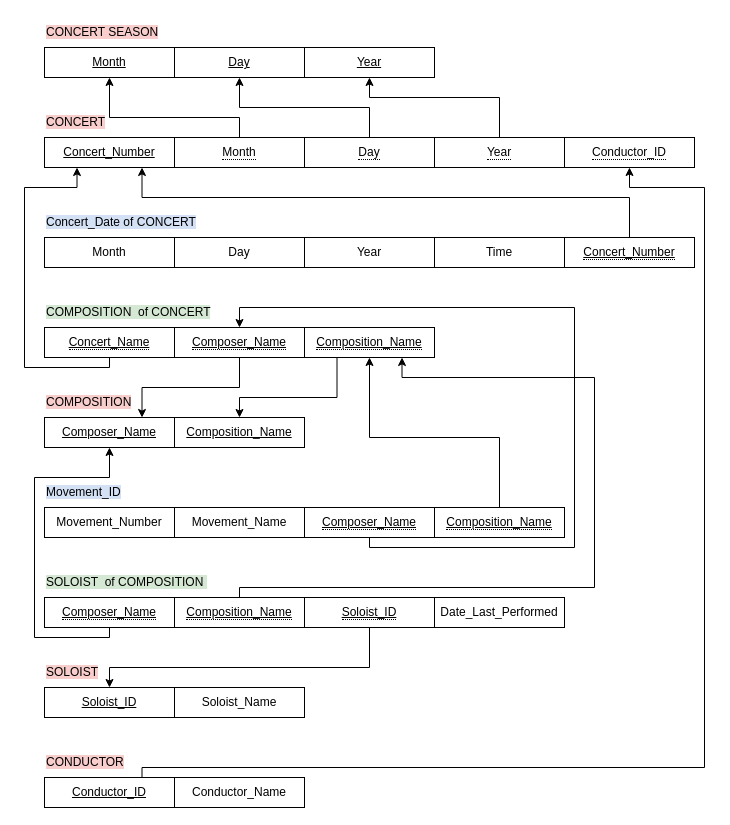
This is page "交響樂團資料庫2" (2 of 4) of HW2/HW2.drawio from alicejimmy/2022-Bioinformatics-and-Medical-Databases-HW, a draw.io file, before an edit. Source tidied: cells renumbered, new cells numbered last; positions are measured from the earlier drawing's top-left corner, leaving out a move shared by most shapes. Both pictures are drawn from the tidied source at 100%, with x=0, y=0 at pixel (24, 17).
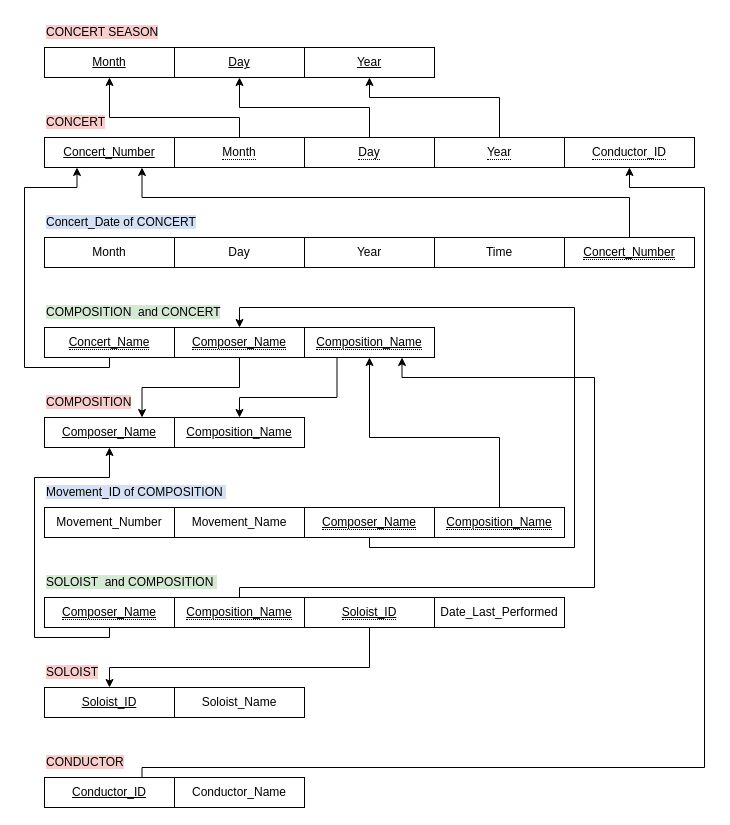
The same diagram, later.

Diff of the diagram source:
```diff
@@
-    <mxCell id="23" value="&lt;span style=&quot;background-color: rgb(212, 225, 245);&quot;&gt;Movement_ID&lt;/span&gt;" style="text;html=1;align=left;verticalAlign=middle;strokeColor=none;fillColor=none;" parent="1" vertex="1">
-      <mxGeometry x="20" y="460" width="100" height="30" as="geometry" />
+    <mxCell id="23" value="&lt;span style=&quot;background-color: rgb(212, 225, 245);&quot;&gt;Movement_ID of&amp;nbsp;COMPOSITION&amp;nbsp;&lt;/span&gt;" style="text;html=1;align=left;verticalAlign=middle;strokeColor=none;fillColor=none;" parent="1" vertex="1">
+      <mxGeometry x="20" y="460" width="200" height="30" as="geometry" />
     </mxCell>
@@
-    <mxCell id="39" value="&lt;span style=&quot;background-color: rgb(213, 232, 212);&quot;&gt;COMPOSITION&amp;nbsp; of CONCERT&lt;/span&gt;" style="text;html=1;align=left;verticalAlign=middle;strokeColor=none;fillColor=none;" parent="1" vertex="1">
-      <mxGeometry x="20" y="280" width="190" height="30" as="geometry" />
+    <mxCell id="39" value="&lt;span style=&quot;background-color: rgb(213, 232, 212);&quot;&gt;COMPOSITION&amp;nbsp; and CONCERT&lt;/span&gt;" style="text;html=1;align=left;verticalAlign=middle;strokeColor=none;fillColor=none;" parent="1" vertex="1">
+      <mxGeometry x="20" y="280" width="200" height="30" as="geometry" />
     </mxCell>
@@
-    <mxCell id="46" value="&lt;span style=&quot;background-color: rgb(213, 232, 212);&quot;&gt;SOLOIST&amp;nbsp; of&amp;nbsp;COMPOSITION&amp;nbsp;&lt;/span&gt;" style="text;html=1;align=left;verticalAlign=middle;strokeColor=none;fillColor=none;" parent="1" vertex="1">
-      <mxGeometry x="20" y="550" width="180" height="30" as="geometry" />
+    <mxCell id="46" value="&lt;span style=&quot;background-color: rgb(213, 232, 212);&quot;&gt;SOLOIST&amp;nbsp; and COMPOSITION&amp;nbsp;&lt;/span&gt;" style="text;html=1;align=left;verticalAlign=middle;strokeColor=none;fillColor=none;" parent="1" vertex="1">
+      <mxGeometry x="20" y="550" width="190" height="30" as="geometry" />
     </mxCell>
```
